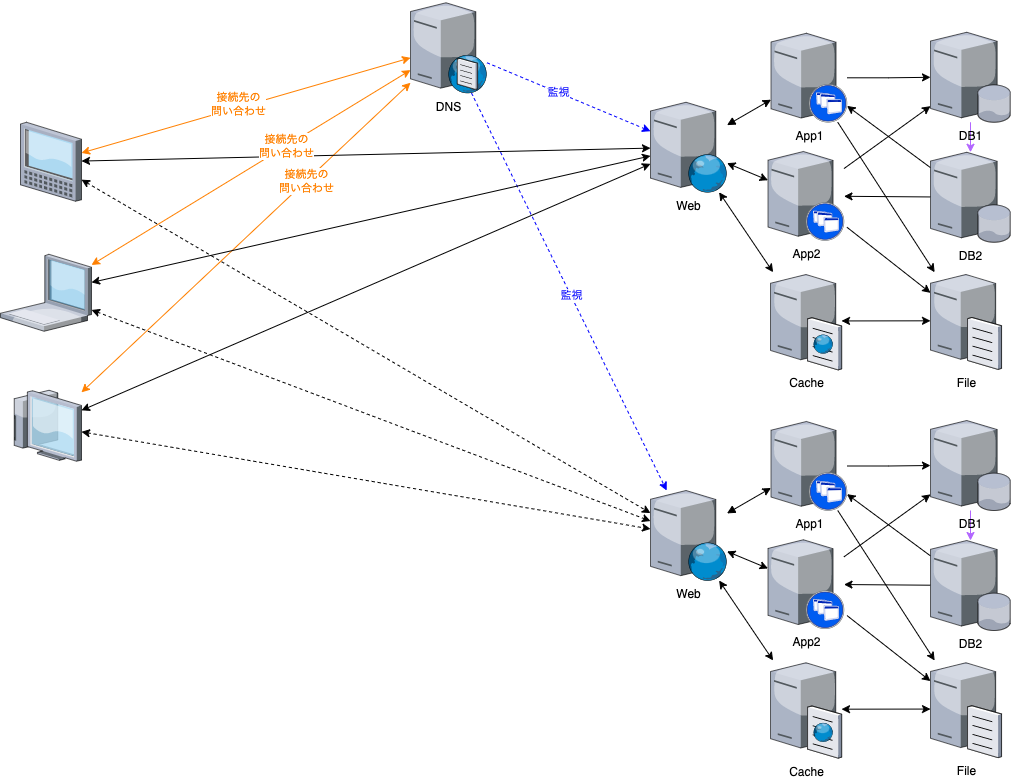
Above: docs/architecture.drawio.png in wate/lde (draw.io), before the change. Source tidied: cells renumbered, new cells last; positions are measured from the earlier drawing's top-left corner, leaving out a move shared by most shapes.
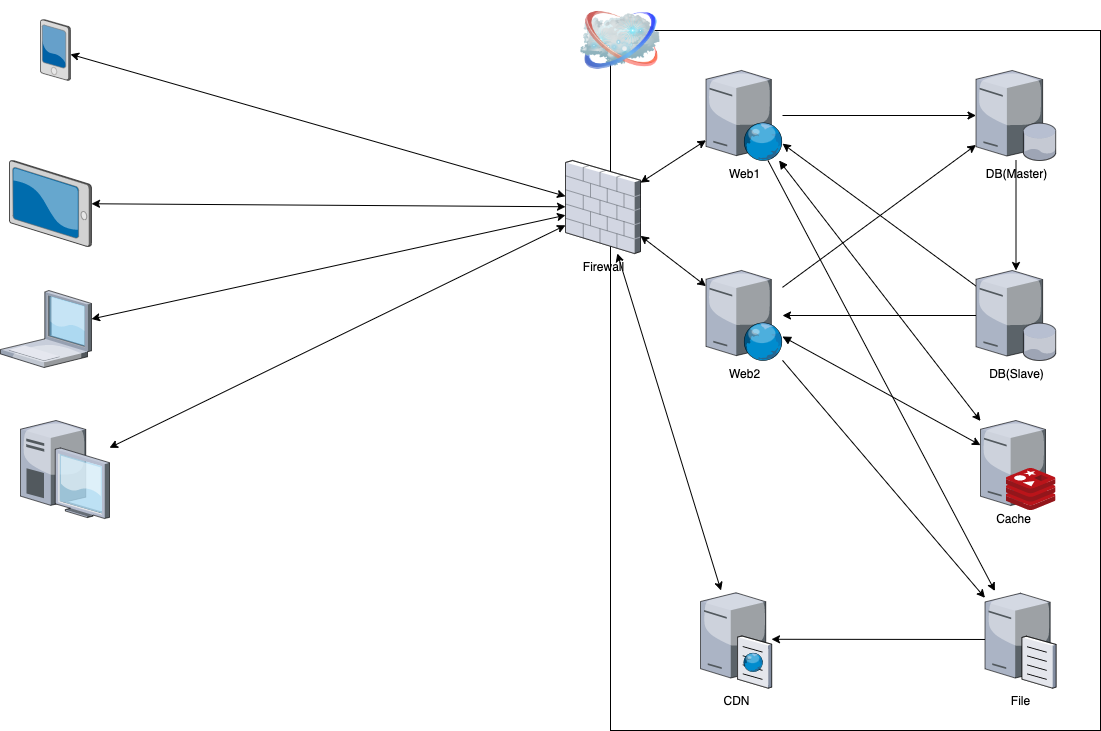
The same file after the commit.

Commit message:
サンプルを更新

What changed in the source:
```diff
@@ -2,181 +2,104 @@
   <root>
     <mxCell id="0" />
     <mxCell id="1" parent="0" />
-    <mxCell id="2" style="edgeStyle=orthogonalEdgeStyle;rounded=0;jettySize=auto;html=1;fontColor=#0000FF;startArrow=none;startFill=0;strokeColor=#B266FF;" parent="1" edge="1" source="3" target="17">
-      <mxGeometry relative="1" as="geometry" />
-    </mxCell>
+    <mxCell id="58" style="rounded=0;whiteSpace=wrap;html=1;fillColor=none;" parent="1" vertex="1">
+      <mxGeometry x="610" y="30" width="490" height="700" as="geometry" />
+    </mxCell>
+    <mxCell id="18" style="edgeStyle=none;html=1;" parent="1" edge="1" source="59" target="61">
+      <mxGeometry relative="1" as="geometry" />
+    </mxCell>
+    <mxCell id="59" value="DB(Master)" style="verticalLabelPosition=bottom;sketch=0;html=1;verticalAlign=top;strokeColor=none;align=center;outlineConnect=0;shape=mxgraph.citrix.database_server;" parent="1" vertex="1">
+      <mxGeometry x="975.5" y="70" width="80" height="90" as="geometry" />
+    </mxCell>
+    <mxCell id="9" style="edgeStyle=none;html=1;" parent="1" edge="1" source="61" target="8">
+      <mxGeometry relative="1" as="geometry" />
+    </mxCell>
+    <mxCell id="60" style="edgeStyle=none;html=1;" parent="1" edge="1" source="61" target="64">
+      <mxGeometry relative="1" as="geometry" />
+    </mxCell>
+    <mxCell id="61" value="DB(Slave)" style="verticalLabelPosition=bottom;sketch=0;html=1;verticalAlign=top;strokeColor=none;align=center;outlineConnect=0;shape=mxgraph.citrix.database_server;" parent="1" vertex="1">
+      <mxGeometry x="975.5" y="270" width="80" height="90" as="geometry" />
+    </mxCell>
+    <mxCell id="20" style="edgeStyle=none;html=1;" parent="1" edge="1" source="3" target="65">
+      <mxGeometry relative="1" as="geometry" />
+    </mxCell>
-    <mxCell id="3" value="DB1" style="verticalLabelPosition=bottom;html=1;verticalAlign=top;strokeColor=none;align=center;outlineConnect=0;shape=mxgraph.citrix.database_server;" parent="1" vertex="1">
-      <mxGeometry x="930" y="31.8" width="80" height="90" as="geometry" />
+    <mxCell id="3" value="File" style="verticalLabelPosition=bottom;sketch=0;html=1;verticalAlign=top;strokeColor=none;align=center;outlineConnect=0;shape=mxgraph.citrix.file_server;" parent="1" vertex="1">
+      <mxGeometry x="984.5" y="590.5" width="71" height="97" as="geometry" />
     </mxCell>
-    <mxCell id="4" style="edgeStyle=none;rounded=0;jettySize=auto;html=1;dashed=1;startArrow=none;startFill=0;strokeColor=#0000FF;" parent="1" edge="1" source="8" target="20">
-      <mxGeometry relative="1" as="geometry" />
-    </mxCell>
-    <mxCell id="5" value="監視" style="edgeLabel;html=1;align=center;verticalAlign=middle;fontColor=#0000FF;" parent="4" vertex="1">
-      <mxGeometry x="-0.12" y="1" relative="1" as="geometry">
-        <mxPoint x="-1" as="offset" />
-      </mxGeometry>
-    </mxCell>
-    <mxCell id="6" style="edgeStyle=none;rounded=0;jettySize=auto;html=1;dashed=1;startArrow=none;startFill=0;strokeColor=#0000FF;" parent="1" edge="1" source="8" target="53">
-      <mxGeometry relative="1" as="geometry" />
-    </mxCell>
-    <mxCell id="7" value="監視" style="edgeLabel;html=1;align=center;verticalAlign=middle;fontColor=#0000FF;" parent="6" vertex="1">
-      <mxGeometry x="0.02" relative="1" as="geometry" />
-    </mxCell>
+    <mxCell id="62" style="edgeStyle=none;html=1;" parent="1" edge="1" source="8" target="59">
+      <mxGeometry relative="1" as="geometry" />
+    </mxCell>
+    <mxCell id="11" style="edgeStyle=none;html=1;" parent="1" edge="1" source="8" target="3">
+      <mxGeometry relative="1" as="geometry" />
+    </mxCell>
-    <mxCell id="8" value="DNS" style="verticalLabelPosition=bottom;html=1;verticalAlign=top;strokeColor=none;align=center;outlineConnect=0;shape=mxgraph.citrix.dns_server;" parent="1" vertex="1">
-      <mxGeometry x="410" width="76.5" height="92.5" as="geometry" />
+    <mxCell id="8" value="Web1" style="verticalLabelPosition=bottom;sketch=0;html=1;verticalAlign=top;strokeColor=none;align=center;outlineConnect=0;shape=mxgraph.citrix.web_server;" parent="1" vertex="1">
+      <mxGeometry x="705.5" y="70" width="76.5" height="90" as="geometry" />
     </mxCell>
-    <mxCell id="9" style="edgeStyle=orthogonalEdgeStyle;rounded=0;jettySize=auto;html=1;" parent="1" edge="1" source="38" target="3">
-      <mxGeometry relative="1" as="geometry" />
-    </mxCell>
+    <mxCell id="14" style="edgeStyle=none;html=1;" parent="1" edge="1" source="64" target="59">
+      <mxGeometry relative="1" as="geometry" />
+    </mxCell>
+    <mxCell id="12" style="edgeStyle=none;html=1;" parent="1" edge="1" source="64" target="3">
+      <mxGeometry relative="1" as="geometry" />
+    </mxCell>
+    <mxCell id="63" style="edgeStyle=none;html=1;startArrow=block;startFill=1;" parent="1" edge="1" source="64" target="55">
+      <mxGeometry relative="1" as="geometry" />
+    </mxCell>
+    <mxCell id="64" value="Web2" style="verticalLabelPosition=bottom;sketch=0;html=1;verticalAlign=top;strokeColor=none;align=center;outlineConnect=0;shape=mxgraph.citrix.web_server;" parent="1" vertex="1">
+      <mxGeometry x="705.5" y="270" width="76.5" height="90" as="geometry" />
+    </mxCell>
+    <mxCell id="65" value="CDN" style="verticalLabelPosition=bottom;sketch=0;html=1;verticalAlign=top;strokeColor=none;align=center;outlineConnect=0;shape=mxgraph.citrix.cache_server;" parent="1" vertex="1">
+      <mxGeometry x="700" y="590" width="71" height="97.5" as="geometry" />
+    </mxCell>
+    <mxCell id="13" style="edgeStyle=none;html=1;startArrow=classic;startFill=1;" parent="1" edge="1" source="10" target="71">
+      <mxGeometry relative="1" as="geometry" />
+    </mxCell>
-    <mxCell id="10" style="edgeStyle=none;rounded=0;jettySize=auto;html=1;" parent="1" edge="1" source="38" target="14">
-      <mxGeometry relative="1" as="geometry" />
+    <mxCell id="10" style="verticalLabelPosition=bottom;sketch=0;html=1;verticalAlign=top;strokeColor=none;align=center;outlineConnect=0;shape=mxgraph.citrix.laptop_1;" parent="1" vertex="1">
+      <mxGeometry y="290" width="91" height="77" as="geometry" />
     </mxCell>
-    <mxCell id="11" style="edgeStyle=none;rounded=0;jettySize=auto;html=1;" parent="1" edge="1" target="14">
-      <mxGeometry relative="1" as="geometry">
-        <mxPoint x="846.5" y="226.8" as="sourcePoint" />
-      </mxGeometry>
-    </mxCell>
-    <mxCell id="12" style="edgeStyle=none;rounded=0;jettySize=auto;html=1;" parent="1" edge="1" source="39" target="3">
-      <mxGeometry relative="1" as="geometry" />
-    </mxCell>
-    <mxCell id="13" style="edgeStyle=none;rounded=0;jettySize=auto;html=1;startArrow=classic;startFill=1;" parent="1" edge="1" source="14" target="37">
-      <mxGeometry relative="1" as="geometry" />
-    </mxCell>
-    <mxCell id="14" value="File" style="verticalLabelPosition=bottom;html=1;verticalAlign=top;strokeColor=none;align=center;outlineConnect=0;shape=mxgraph.citrix.file_server;" parent="1" vertex="1">
-      <mxGeometry x="930" y="271.8" width="71" height="97" as="geometry" />
-    </mxCell>
-    <mxCell id="15" style="edgeStyle=none;rounded=0;jettySize=auto;html=1;" parent="1" edge="1" source="17" target="39">
-      <mxGeometry relative="1" as="geometry" />
-    </mxCell>
-    <mxCell id="16" style="edgeStyle=none;rounded=0;jettySize=auto;html=1;" parent="1" edge="1" source="17" target="38">
-      <mxGeometry relative="1" as="geometry" />
-    </mxCell>
-    <mxCell id="17" value="DB2" style="verticalLabelPosition=bottom;html=1;verticalAlign=top;strokeColor=none;align=center;outlineConnect=0;shape=mxgraph.citrix.database_server;" parent="1" vertex="1">
-      <mxGeometry x="930" y="151.8" width="80" height="90" as="geometry" />
-    </mxCell>
-    <mxCell id="18" style="edgeStyle=none;rounded=0;jettySize=auto;html=1;startArrow=block;startFill=1;" parent="1" edge="1" source="20" target="38">
-      <mxGeometry relative="1" as="geometry" />
-    </mxCell>
-    <mxCell id="19" style="edgeStyle=none;rounded=0;jettySize=auto;html=1;startArrow=classic;startFill=1;" parent="1" edge="1" source="20" target="39">
-      <mxGeometry relative="1" as="geometry" />
-    </mxCell>
-    <mxCell id="20" value="Web" style="verticalLabelPosition=bottom;html=1;verticalAlign=top;strokeColor=none;align=center;outlineConnect=0;shape=mxgraph.citrix.web_server;" parent="1" vertex="1">
-      <mxGeometry x="650" y="101.8" width="76.5" height="90" as="geometry" />
-    </mxCell>
-    <mxCell id="21" style="edgeStyle=none;rounded=0;jettySize=auto;html=1;startArrow=classic;startFill=1;strokeColor=#FF8000;" parent="1" edge="1" source="25" target="8">
-      <mxGeometry relative="1" as="geometry" />
-    </mxCell>
-    <mxCell id="22" value="&lt;span style=&quot;color: rgb(255 , 128 , 0)&quot;&gt;接続先の&lt;/span&gt;&lt;br style=&quot;color: rgb(255 , 128 , 0)&quot;&gt;&lt;span style=&quot;color: rgb(255 , 128 , 0)&quot;&gt;問い合わせ&lt;/span&gt;" style="edgeLabel;html=1;align=center;verticalAlign=middle;fontColor=#0000FF;" parent="21" vertex="1">
-      <mxGeometry x="0.36" relative="1" as="geometry" />
-    </mxCell>
-    <mxCell id="23" style="edgeStyle=none;rounded=0;jettySize=auto;html=1;startArrow=classic;startFill=1;" parent="1" edge="1" source="25" target="20">
-      <mxGeometry relative="1" as="geometry" />
-    </mxCell>
-    <mxCell id="24" style="edgeStyle=none;rounded=0;jettySize=auto;html=1;dashed=1;startArrow=classic;startFill=1;" parent="1" edge="1" source="25" target="53">
-      <mxGeometry relative="1" as="geometry" />
-    </mxCell>
-    <mxCell id="25" style="verticalLabelPosition=bottom;html=1;verticalAlign=top;strokeColor=none;align=center;outlineConnect=0;shape=mxgraph.citrix.thin_client;" parent="1" vertex="1">
-      <mxGeometry x="10" y="389.8" width="71" height="71" as="geometry" />
-    </mxCell>
-    <mxCell id="26" style="edgeStyle=none;rounded=0;jettySize=auto;html=1;startArrow=classic;startFill=1;strokeColor=#FF8000;" parent="1" edge="1" source="30" target="8">
-      <mxGeometry relative="1" as="geometry" />
-    </mxCell>
-    <mxCell id="27" value="接続先の&lt;br&gt;問い合わせ" style="edgeLabel;html=1;align=center;verticalAlign=middle;fontColor=#FF8000;" parent="26" vertex="1">
-      <mxGeometry x="-0.04" y="4" relative="1" as="geometry" />
-    </mxCell>
-    <mxCell id="28" style="edgeStyle=none;rounded=0;jettySize=auto;html=1;startArrow=classic;startFill=1;" parent="1" edge="1" source="30" target="20">
-      <mxGeometry relative="1" as="geometry" />
-    </mxCell>
-    <mxCell id="29" style="edgeStyle=none;rounded=0;jettySize=auto;html=1;startArrow=classic;startFill=1;dashed=1;" parent="1" edge="1" source="30" target="53">
-      <mxGeometry relative="1" as="geometry" />
-    </mxCell>
-    <mxCell id="30" style="verticalLabelPosition=bottom;html=1;verticalAlign=top;strokeColor=none;align=center;outlineConnect=0;shape=mxgraph.citrix.tablet_1;" parent="1" vertex="1">
-      <mxGeometry x="20" y="121.8" width="61" height="79" as="geometry" />
-    </mxCell>
-    <mxCell id="31" style="edgeStyle=none;rounded=0;jettySize=auto;html=1;startArrow=classic;startFill=1;strokeColor=#FF8000;" parent="1" edge="1" source="35" target="8">
-      <mxGeometry relative="1" as="geometry" />
-    </mxCell>
-    <mxCell id="32" value="&lt;span style=&quot;color: rgb(255 , 128 , 0)&quot;&gt;接続先の&lt;/span&gt;&lt;br style=&quot;color: rgb(255 , 128 , 0)&quot;&gt;&lt;span style=&quot;color: rgb(255 , 128 , 0)&quot;&gt;問い合わせ&lt;/span&gt;" style="edgeLabel;html=1;align=center;verticalAlign=middle;fontColor=#0000FF;" parent="31" vertex="1">
-      <mxGeometry x="0.22" relative="1" as="geometry">
-        <mxPoint x="-1" as="offset" />
-      </mxGeometry>
-    </mxCell>
-    <mxCell id="33" style="edgeStyle=none;rounded=0;jettySize=auto;html=1;startArrow=classic;startFill=1;" parent="1" edge="1" source="35" target="20">
-      <mxGeometry relative="1" as="geometry" />
-    </mxCell>
-    <mxCell id="34" style="edgeStyle=none;rounded=0;jettySize=auto;html=1;dashed=1;startArrow=classic;startFill=1;" parent="1" edge="1" source="35" target="53">
-      <mxGeometry relative="1" as="geometry" />
-    </mxCell>
-    <mxCell id="35" style="verticalLabelPosition=bottom;html=1;verticalAlign=top;strokeColor=none;align=center;outlineConnect=0;shape=mxgraph.citrix.laptop_1;" parent="1" vertex="1">
-      <mxGeometry y="253.8" width="91" height="77" as="geometry" />
-    </mxCell>
+    <mxCell id="66" style="edgeStyle=none;html=1;startArrow=block;startFill=1;" parent="1" edge="1" source="8" target="55">
+      <mxGeometry relative="1" as="geometry" />
+    </mxCell>
+    <mxCell id="67" style="group;" parent="1" vertex="1">
+      <mxGeometry x="980" y="420" width="75.5" height="90" as="geometry" />
+    </mxCell>
+    <mxCell id="55" value="Cache" style="verticalLabelPosition=bottom;sketch=0;html=1;verticalAlign=top;strokeColor=none;align=center;outlineConnect=0;shape=mxgraph.citrix.license_server;" parent="67" vertex="1">
+      <mxGeometry width="65" height="85" as="geometry" />
+    </mxCell>
+    <mxCell id="68" style="sketch=0;html=1;align=center;image;fontSize=12;image=img/lib/mscae/Cache_Redis_Product.svg;" parent="67" vertex="1">
+      <mxGeometry x="25.5" y="48" width="50" height="42" as="geometry" />
+    </mxCell>
+    <mxCell id="69" style="edgeStyle=none;html=1;startArrow=classic;startFill=1;" parent="1" edge="1" source="71" target="8">
+      <mxGeometry relative="1" as="geometry" />
+    </mxCell>
+    <mxCell id="70" style="edgeStyle=none;html=1;startArrow=classic;startFill=1;" parent="1" edge="1" source="71" target="64">
+      <mxGeometry relative="1" as="geometry" />
+    </mxCell>
+    <mxCell id="37" style="edgeStyle=none;html=1;startArrow=classic;startFill=1;" parent="1" edge="1" source="71" target="65">
+      <mxGeometry relative="1" as="geometry" />
+    </mxCell>
+    <mxCell id="71" value="Firewall" style="verticalLabelPosition=bottom;sketch=0;html=1;verticalAlign=top;strokeColor=none;align=center;outlineConnect=0;shape=mxgraph.citrix.firewall;" parent="1" vertex="1">
+      <mxGeometry x="565" y="160" width="75" height="93" as="geometry" />
+    </mxCell>
+    <mxCell id="72" style="image;html=1;image=img/lib/clip_art/networking/Cloud_128x128.png;" parent="1" vertex="1">
+      <mxGeometry x="580" width="80" height="80" as="geometry" />
+    </mxCell>
+    <mxCell id="39" style="edgeStyle=none;html=1;startArrow=classic;startFill=1;" parent="1" edge="1" source="36" target="71">
+      <mxGeometry relative="1" as="geometry" />
+    </mxCell>
-    <mxCell id="36" style="edgeStyle=none;rounded=0;jettySize=auto;html=1;startArrow=classic;startFill=1;" parent="1" edge="1" source="37" target="20">
-      <mxGeometry relative="1" as="geometry" />
+    <mxCell id="36" style="verticalLabelPosition=bottom;sketch=0;html=1;verticalAlign=top;strokeColor=none;align=center;outlineConnect=0;shape=mxgraph.citrix.pda;" parent="1" vertex="1">
+      <mxGeometry x="40" y="19" width="30" height="61" as="geometry" />
     </mxCell>
-    <mxCell id="37" value="Cache" style="verticalLabelPosition=bottom;html=1;verticalAlign=top;strokeColor=none;align=center;outlineConnect=0;shape=mxgraph.citrix.cache_server;" parent="1" vertex="1">
-      <mxGeometry x="770" y="271.8" width="71" height="97.5" as="geometry" />
-    </mxCell>
+    <mxCell id="73" style="edgeStyle=none;html=1;startArrow=classic;startFill=1;" parent="1" edge="1" source="38" target="71">
+      <mxGeometry relative="1" as="geometry" />
+    </mxCell>
-    <mxCell id="38" value="App1" style="verticalLabelPosition=bottom;html=1;verticalAlign=top;strokeColor=none;align=center;outlineConnect=0;shape=mxgraph.citrix.xenapp_server;" parent="1" vertex="1">
-      <mxGeometry x="770.5" y="32.8" width="76" height="89" as="geometry" />
+    <mxCell id="38" style="verticalLabelPosition=bottom;sketch=0;html=1;verticalAlign=top;strokeColor=none;align=center;outlineConnect=0;shape=mxgraph.citrix.tablet_2;" parent="1" vertex="1">
+      <mxGeometry x="9" y="160" width="82" height="86" as="geometry" />
     </mxCell>
-    <mxCell id="39" value="App2" style="verticalLabelPosition=bottom;html=1;verticalAlign=top;strokeColor=none;align=center;outlineConnect=0;shape=mxgraph.citrix.xenapp_server;" parent="1" vertex="1">
-      <mxGeometry x="767.5" y="151" width="76" height="89" as="geometry" />
-    </mxCell>
-    <mxCell id="40" style="edgeStyle=orthogonalEdgeStyle;rounded=0;jettySize=auto;html=1;fontColor=#0000FF;startArrow=none;startFill=0;strokeColor=#B266FF;" parent="1" edge="1" source="41" target="50">
-      <mxGeometry relative="1" as="geometry" />
-    </mxCell>
+    <mxCell id="42" style="edgeStyle=none;html=1;startArrow=classic;startFill=1;" parent="1" edge="1" source="41" target="71">
+      <mxGeometry relative="1" as="geometry" />
+    </mxCell>
-    <mxCell id="41" value="DB1" style="verticalLabelPosition=bottom;html=1;verticalAlign=top;strokeColor=none;align=center;outlineConnect=0;shape=mxgraph.citrix.database_server;" parent="1" vertex="1">
-      <mxGeometry x="930" y="420" width="80" height="90" as="geometry" />
+    <mxCell id="41" style="verticalLabelPosition=bottom;sketch=0;html=1;verticalAlign=top;strokeColor=none;align=center;outlineConnect=0;shape=mxgraph.citrix.desktop;" parent="1" vertex="1">
+      <mxGeometry x="20" y="420" width="89" height="98" as="geometry" />
     </mxCell>
-    <mxCell id="42" style="edgeStyle=orthogonalEdgeStyle;rounded=0;jettySize=auto;html=1;" parent="1" edge="1" source="56" target="41">
-      <mxGeometry relative="1" as="geometry" />
-    </mxCell>
-    <mxCell id="43" style="edgeStyle=none;rounded=0;jettySize=auto;html=1;" parent="1" edge="1" source="56" target="47">
-      <mxGeometry relative="1" as="geometry" />
-    </mxCell>
-    <mxCell id="44" style="edgeStyle=none;rounded=0;jettySize=auto;html=1;" parent="1" edge="1" target="47">
-      <mxGeometry relative="1" as="geometry">
-        <mxPoint x="846.5" y="615" as="sourcePoint" />
-      </mxGeometry>
-    </mxCell>
-    <mxCell id="45" style="edgeStyle=none;rounded=0;jettySize=auto;html=1;" parent="1" edge="1" source="57" target="41">
-      <mxGeometry relative="1" as="geometry" />
-    </mxCell>
-    <mxCell id="46" style="edgeStyle=none;rounded=0;jettySize=auto;html=1;startArrow=classic;startFill=1;" parent="1" edge="1" source="47" target="55">
-      <mxGeometry relative="1" as="geometry" />
-    </mxCell>
-    <mxCell id="47" value="File" style="verticalLabelPosition=bottom;html=1;verticalAlign=top;strokeColor=none;align=center;outlineConnect=0;shape=mxgraph.citrix.file_server;" parent="1" vertex="1">
-      <mxGeometry x="930" y="660" width="71" height="97" as="geometry" />
-    </mxCell>
-    <mxCell id="48" style="edgeStyle=none;rounded=0;jettySize=auto;html=1;" parent="1" edge="1" source="50" target="57">
-      <mxGeometry relative="1" as="geometry" />
-    </mxCell>
-    <mxCell id="49" style="edgeStyle=none;rounded=0;jettySize=auto;html=1;" parent="1" edge="1" source="50" target="56">
-      <mxGeometry relative="1" as="geometry" />
-    </mxCell>
-    <mxCell id="50" value="DB2" style="verticalLabelPosition=bottom;html=1;verticalAlign=top;strokeColor=none;align=center;outlineConnect=0;shape=mxgraph.citrix.database_server;" parent="1" vertex="1">
-      <mxGeometry x="930" y="540" width="80" height="90" as="geometry" />
-    </mxCell>
-    <mxCell id="51" style="edgeStyle=none;rounded=0;jettySize=auto;html=1;startArrow=block;startFill=1;" parent="1" edge="1" source="53" target="56">
-      <mxGeometry relative="1" as="geometry" />
-    </mxCell>
-    <mxCell id="52" style="edgeStyle=none;rounded=0;jettySize=auto;html=1;startArrow=classic;startFill=1;" parent="1" edge="1" source="53" target="57">
-      <mxGeometry relative="1" as="geometry" />
-    </mxCell>
-    <mxCell id="53" value="Web" style="verticalLabelPosition=bottom;html=1;verticalAlign=top;strokeColor=none;align=center;outlineConnect=0;shape=mxgraph.citrix.web_server;" parent="1" vertex="1">
-      <mxGeometry x="650" y="490" width="76.5" height="90" as="geometry" />
-    </mxCell>
-    <mxCell id="54" style="edgeStyle=none;rounded=0;jettySize=auto;html=1;startArrow=classic;startFill=1;" parent="1" edge="1" source="55" target="53">
-      <mxGeometry relative="1" as="geometry" />
-    </mxCell>
-    <mxCell id="55" value="Cache" style="verticalLabelPosition=bottom;html=1;verticalAlign=top;strokeColor=none;align=center;outlineConnect=0;shape=mxgraph.citrix.cache_server;" parent="1" vertex="1">
-      <mxGeometry x="770" y="660" width="71" height="97.5" as="geometry" />
-    </mxCell>
-    <mxCell id="56" value="App1" style="verticalLabelPosition=bottom;html=1;verticalAlign=top;strokeColor=none;align=center;outlineConnect=0;shape=mxgraph.citrix.xenapp_server;" parent="1" vertex="1">
-      <mxGeometry x="770.5" y="421" width="76" height="89" as="geometry" />
-    </mxCell>
-    <mxCell id="57" value="App2" style="verticalLabelPosition=bottom;html=1;verticalAlign=top;strokeColor=none;align=center;outlineConnect=0;shape=mxgraph.citrix.xenapp_server;" parent="1" vertex="1">
-      <mxGeometry x="767.5" y="539.2" width="76" height="89" as="geometry" />
-    </mxCell>
   </root>
 </mxGraphModel>
```
